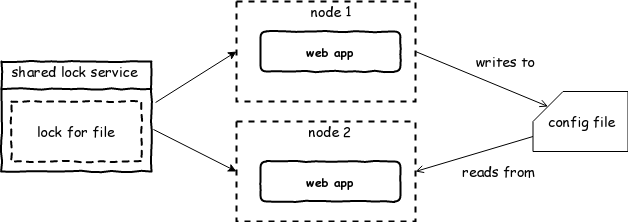
Before: media/crawler/rght-shared-locks.png, a diagram exported from draw.io (rihenperry/csuci-mscs-thesis-dist-web-crawler). Source tidied: cells renumbered, new cells last; positions are measured from the earlier drawing's top-left corner, leaving out a move shared by most shapes. Its diagram source:
```xml
<mxGraphModel>
  <root>
    <mxCell id="0" />
    <mxCell id="1" parent="0" />
    <mxCell id="2" value="web app" style="html=1;whiteSpace=wrap;comic=1;strokeWidth=2;fontFamily=Comic Sans MS;fontStyle=1;rounded=1;" parent="1" vertex="1">
      <mxGeometry x="259" y="30" width="140" height="40" as="geometry" />
    </mxCell>
    <mxCell id="3" style="rounded=0;whiteSpace=wrap;html=1;fontFamily=Comic Sans MS;fontSize=14;dashed=1;fillColor=none;strokeWidth=2;" parent="1" vertex="1">
      <mxGeometry x="235" width="179" height="100" as="geometry" />
    </mxCell>
    <mxCell id="4" style="endArrow=none;html=1;fontFamily=Comic Sans MS;fontSize=14;entryX=1;entryY=0.5;entryDx=0;entryDy=0;exitX=0;exitY=0;exitDx=15;exitDy=15;exitPerimeter=0;startArrow=open;startFill=0;" parent="1" edge="1" source="9" target="3">
      <mxGeometry relative="1" as="geometry" />
    </mxCell>
    <mxCell id="5" value="web app" style="html=1;whiteSpace=wrap;comic=1;strokeWidth=2;fontFamily=Comic Sans MS;fontStyle=1;rounded=1;" parent="1" vertex="1">
      <mxGeometry x="259" y="160" width="140" height="40" as="geometry" />
    </mxCell>
    <mxCell id="6" style="rounded=0;whiteSpace=wrap;html=1;fontFamily=Comic Sans MS;fontSize=14;dashed=1;fillColor=none;strokeWidth=2;" parent="1" vertex="1">
      <mxGeometry x="235" y="120" width="179" height="100" as="geometry" />
    </mxCell>
    <mxCell id="7" value="node 1" style="text;html=1;strokeColor=none;fillColor=none;align=center;verticalAlign=middle;whiteSpace=wrap;rounded=0;dashed=1;fontFamily=Comic Sans MS;fontSize=14;" parent="1" vertex="1">
      <mxGeometry x="305" width="50" height="20" as="geometry" />
    </mxCell>
    <mxCell id="8" value="node 2" style="text;html=1;strokeColor=none;fillColor=none;align=center;verticalAlign=middle;whiteSpace=wrap;rounded=0;dashed=1;fontFamily=Comic Sans MS;fontSize=14;" parent="1" vertex="1">
      <mxGeometry x="304" y="120" width="50" height="20" as="geometry" />
    </mxCell>
    <mxCell id="9" value="&lt;font style=&quot;font-size: 14px&quot; face=&quot;Comic Sans MS&quot;&gt;config file&lt;/font&gt;" style="shape=card;whiteSpace=wrap;html=1;" parent="1" vertex="1">
      <mxGeometry x="531.5" y="90" width="95" height="60" as="geometry" />
    </mxCell>
    <mxCell id="10" style="endArrow=open;html=1;fontFamily=Comic Sans MS;fontSize=14;entryX=1;entryY=0.5;entryDx=0;entryDy=0;exitX=0;exitY=0;exitDx=0;exitDy=45;exitPerimeter=0;endFill=0;" parent="1" edge="1" source="9" target="6">
      <mxGeometry relative="1" as="geometry" />
    </mxCell>
    <mxCell id="11" value="writes to" style="text;html=1;strokeColor=none;fillColor=none;align=center;verticalAlign=middle;whiteSpace=wrap;rounded=0;dashed=1;fontFamily=Comic Sans MS;fontSize=14;" parent="1" vertex="1">
      <mxGeometry x="469" y="50" width="70" height="20" as="geometry" />
    </mxCell>
    <mxCell id="12" value="reads from" style="text;html=1;align=left;verticalAlign=top;spacingTop=-4;fontSize=14;fontFamily=Comic Sans MS;" parent="1" vertex="1">
      <mxGeometry x="459" y="160" width="90" height="20" as="geometry" />
    </mxCell>
    <mxCell id="13" style="html=1;whiteSpace=wrap;comic=1;strokeWidth=2;fontFamily=Comic Sans MS;fontStyle=1;fontSize=14;" parent="1" vertex="1">
      <mxGeometry y="60" width="150" height="110" as="geometry" />
    </mxCell>
    <mxCell id="14" style="rounded=0;comic=1;strokeWidth=2;endArrow=none;html=1;fontFamily=Comic Sans MS;fontStyle=1;endFill=0;exitX=0;exitY=0.25;exitDx=0;exitDy=0;entryX=1;entryY=0.25;entryDx=0;entryDy=0;fontSize=14;" parent="1" edge="1" source="13" target="13">
      <mxGeometry relative="1" as="geometry" />
    </mxCell>
    <mxCell id="15" value="&lt;span style=&quot;font-weight: normal&quot;&gt;lock for file&lt;/span&gt;" style="html=1;whiteSpace=wrap;comic=1;strokeWidth=2;fontFamily=Comic Sans MS;fontStyle=1;dashed=1;fontSize=14;" parent="1" vertex="1">
      <mxGeometry x="10" y="100" width="130" height="60" as="geometry" />
    </mxCell>
    <mxCell id="16" value="shared lock service" style="text;html=1;strokeColor=none;fillColor=none;align=center;verticalAlign=middle;whiteSpace=wrap;rounded=0;fontSize=14;fontFamily=Comic Sans MS;" parent="1" vertex="1">
      <mxGeometry y="60" width="145" height="20" as="geometry" />
    </mxCell>
    <mxCell id="17" style="endArrow=classic;html=1;fontFamily=Comic Sans MS;fontSize=14;entryX=0;entryY=0.5;entryDx=0;entryDy=0;exitX=1.027;exitY=0.373;exitDx=0;exitDy=0;exitPerimeter=0;" parent="1" edge="1" source="13" target="3">
      <mxGeometry relative="1" as="geometry" />
    </mxCell>
    <mxCell id="18" style="endArrow=classic;html=1;fontFamily=Comic Sans MS;fontSize=14;entryX=0;entryY=0.5;entryDx=0;entryDy=0;exitX=1.013;exitY=0.618;exitDx=0;exitDy=0;exitPerimeter=0;" parent="1" edge="1" source="13" target="6">
      <mxGeometry relative="1" as="geometry" />
    </mxCell>
  </root>
</mxGraphModel>
```
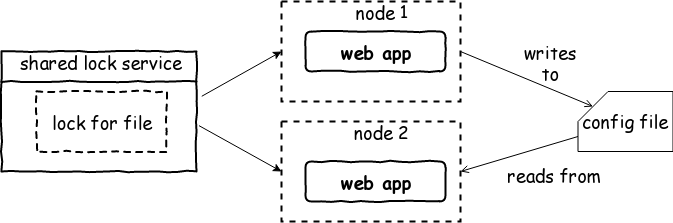
The same diagram one commit later.

Diff of the diagram source:
```diff
@@ -2,55 +2,55 @@
   <root>
     <mxCell id="0" />
     <mxCell id="1" parent="0" />
-    <mxCell id="2" value="web app" style="html=1;whiteSpace=wrap;comic=1;strokeWidth=2;fontFamily=Comic Sans MS;fontStyle=1;rounded=1;" parent="1" vertex="1">
+    <mxCell id="2" value="web app" style="html=1;whiteSpace=wrap;comic=1;strokeWidth=2;fontFamily=Comic Sans MS;fontStyle=1;rounded=1;fontSize=18;" parent="1" vertex="1">
       <mxGeometry x="259" y="30" width="140" height="40" as="geometry" />
     </mxCell>
-    <mxCell id="3" style="rounded=0;whiteSpace=wrap;html=1;fontFamily=Comic Sans MS;fontSize=14;dashed=1;fillColor=none;strokeWidth=2;" parent="1" vertex="1">
+    <mxCell id="3" style="rounded=0;whiteSpace=wrap;html=1;fontFamily=Comic Sans MS;fontSize=18;dashed=1;fillColor=none;strokeWidth=2;" parent="1" vertex="1">
       <mxGeometry x="235" width="179" height="100" as="geometry" />
     </mxCell>
-    <mxCell id="4" style="endArrow=none;html=1;fontFamily=Comic Sans MS;fontSize=14;entryX=1;entryY=0.5;entryDx=0;entryDy=0;exitX=0;exitY=0;exitDx=15;exitDy=15;exitPerimeter=0;startArrow=open;startFill=0;" parent="1" edge="1" source="9" target="3">
+    <mxCell id="4" style="endArrow=none;html=1;fontFamily=Comic Sans MS;fontSize=18;entryX=1;entryY=0.5;entryDx=0;entryDy=0;exitX=0;exitY=0;exitDx=15;exitDy=15;exitPerimeter=0;startArrow=open;startFill=0;" parent="1" edge="1" source="9" target="3">
       <mxGeometry relative="1" as="geometry" />
     </mxCell>
-    <mxCell id="5" value="web app" style="html=1;whiteSpace=wrap;comic=1;strokeWidth=2;fontFamily=Comic Sans MS;fontStyle=1;rounded=1;" parent="1" vertex="1">
+    <mxCell id="5" value="web app" style="html=1;whiteSpace=wrap;comic=1;strokeWidth=2;fontFamily=Comic Sans MS;fontStyle=1;rounded=1;fontSize=18;" parent="1" vertex="1">
       <mxGeometry x="259" y="160" width="140" height="40" as="geometry" />
     </mxCell>
-    <mxCell id="6" style="rounded=0;whiteSpace=wrap;html=1;fontFamily=Comic Sans MS;fontSize=14;dashed=1;fillColor=none;strokeWidth=2;" parent="1" vertex="1">
+    <mxCell id="6" style="rounded=0;whiteSpace=wrap;html=1;fontFamily=Comic Sans MS;fontSize=18;dashed=1;fillColor=none;strokeWidth=2;" parent="1" vertex="1">
       <mxGeometry x="235" y="120" width="179" height="100" as="geometry" />
     </mxCell>
-    <mxCell id="7" value="node 1" style="text;html=1;strokeColor=none;fillColor=none;align=center;verticalAlign=middle;whiteSpace=wrap;rounded=0;dashed=1;fontFamily=Comic Sans MS;fontSize=14;" parent="1" vertex="1">
-      <mxGeometry x="305" width="50" height="20" as="geometry" />
+    <mxCell id="7" value="node 1" style="text;html=1;strokeColor=none;fillColor=none;align=center;verticalAlign=middle;whiteSpace=wrap;rounded=0;dashed=1;fontFamily=Comic Sans MS;fontSize=18;" parent="1" vertex="1">
+      <mxGeometry x="305" width="60" height="20" as="geometry" />
     </mxCell>
-    <mxCell id="8" value="node 2" style="text;html=1;strokeColor=none;fillColor=none;align=center;verticalAlign=middle;whiteSpace=wrap;rounded=0;dashed=1;fontFamily=Comic Sans MS;fontSize=14;" parent="1" vertex="1">
-      <mxGeometry x="304" y="120" width="50" height="20" as="geometry" />
+    <mxCell id="8" value="node 2" style="text;html=1;strokeColor=none;fillColor=none;align=center;verticalAlign=middle;whiteSpace=wrap;rounded=0;dashed=1;fontFamily=Comic Sans MS;fontSize=18;" parent="1" vertex="1">
+      <mxGeometry x="304" y="120" width="61" height="20" as="geometry" />
     </mxCell>
-    <mxCell id="9" value="&lt;font style=&quot;font-size: 14px&quot; face=&quot;Comic Sans MS&quot;&gt;config file&lt;/font&gt;" style="shape=card;whiteSpace=wrap;html=1;" parent="1" vertex="1">
+    <mxCell id="9" value="&lt;font style=&quot;font-size: 18px;&quot; face=&quot;Comic Sans MS&quot;&gt;config file&lt;/font&gt;" style="shape=card;whiteSpace=wrap;html=1;fontSize=18;" parent="1" vertex="1">
       <mxGeometry x="531.5" y="90" width="95" height="60" as="geometry" />
     </mxCell>
-    <mxCell id="10" style="endArrow=open;html=1;fontFamily=Comic Sans MS;fontSize=14;entryX=1;entryY=0.5;entryDx=0;entryDy=0;exitX=0;exitY=0;exitDx=0;exitDy=45;exitPerimeter=0;endFill=0;" parent="1" edge="1" source="9" target="6">
+    <mxCell id="10" style="endArrow=open;html=1;fontFamily=Comic Sans MS;fontSize=18;entryX=1;entryY=0.5;entryDx=0;entryDy=0;exitX=0;exitY=0;exitDx=0;exitDy=45;exitPerimeter=0;endFill=0;" parent="1" edge="1" source="9" target="6">
       <mxGeometry relative="1" as="geometry" />
     </mxCell>
-    <mxCell id="11" value="writes to" style="text;html=1;strokeColor=none;fillColor=none;align=center;verticalAlign=middle;whiteSpace=wrap;rounded=0;dashed=1;fontFamily=Comic Sans MS;fontSize=14;" parent="1" vertex="1">
+    <mxCell id="11" value="writes to" style="text;html=1;strokeColor=none;fillColor=none;align=center;verticalAlign=middle;whiteSpace=wrap;rounded=0;dashed=1;fontFamily=Comic Sans MS;fontSize=18;" parent="1" vertex="1">
       <mxGeometry x="469" y="50" width="70" height="20" as="geometry" />
     </mxCell>
-    <mxCell id="12" value="reads from" style="text;html=1;align=left;verticalAlign=top;spacingTop=-4;fontSize=14;fontFamily=Comic Sans MS;" parent="1" vertex="1">
+    <mxCell id="12" value="reads from" style="text;html=1;align=left;verticalAlign=top;spacingTop=-4;fontSize=18;fontFamily=Comic Sans MS;" parent="1" vertex="1">
       <mxGeometry x="459" y="160" width="90" height="20" as="geometry" />
     </mxCell>
-    <mxCell id="13" style="html=1;whiteSpace=wrap;comic=1;strokeWidth=2;fontFamily=Comic Sans MS;fontStyle=1;fontSize=14;" parent="1" vertex="1">
-      <mxGeometry y="60" width="150" height="110" as="geometry" />
+    <mxCell id="13" style="html=1;whiteSpace=wrap;comic=1;strokeWidth=2;fontFamily=Comic Sans MS;fontStyle=1;fontSize=18;" parent="1" vertex="1">
+      <mxGeometry x="-45" y="50" width="195" height="120" as="geometry" />
     </mxCell>
-    <mxCell id="14" style="rounded=0;comic=1;strokeWidth=2;endArrow=none;html=1;fontFamily=Comic Sans MS;fontStyle=1;endFill=0;exitX=0;exitY=0.25;exitDx=0;exitDy=0;entryX=1;entryY=0.25;entryDx=0;entryDy=0;fontSize=14;" parent="1" edge="1" source="13" target="13">
+    <mxCell id="14" style="rounded=0;comic=1;strokeWidth=2;endArrow=none;html=1;fontFamily=Comic Sans MS;fontStyle=1;endFill=0;exitX=0;exitY=0.25;exitDx=0;exitDy=0;entryX=1;entryY=0.25;entryDx=0;entryDy=0;fontSize=18;" parent="1" edge="1" source="13" target="13">
       <mxGeometry relative="1" as="geometry" />
     </mxCell>
-    <mxCell id="15" value="&lt;span style=&quot;font-weight: normal&quot;&gt;lock for file&lt;/span&gt;" style="html=1;whiteSpace=wrap;comic=1;strokeWidth=2;fontFamily=Comic Sans MS;fontStyle=1;dashed=1;fontSize=14;" parent="1" vertex="1">
-      <mxGeometry x="10" y="100" width="130" height="60" as="geometry" />
+    <mxCell id="15" value="&lt;span style=&quot;font-weight: normal; font-size: 18px;&quot;&gt;lock for file&lt;/span&gt;" style="html=1;whiteSpace=wrap;comic=1;strokeWidth=2;fontFamily=Comic Sans MS;fontStyle=1;dashed=1;fontSize=18;" parent="1" vertex="1">
+      <mxGeometry x="-10" y="90" width="130" height="60" as="geometry" />
     </mxCell>
-    <mxCell id="16" value="shared lock service" style="text;html=1;strokeColor=none;fillColor=none;align=center;verticalAlign=middle;whiteSpace=wrap;rounded=0;fontSize=14;fontFamily=Comic Sans MS;" parent="1" vertex="1">
-      <mxGeometry y="60" width="145" height="20" as="geometry" />
+    <mxCell id="16" value="shared lock service" style="text;html=1;strokeColor=none;fillColor=none;align=center;verticalAlign=middle;whiteSpace=wrap;rounded=0;fontSize=18;fontFamily=Comic Sans MS;" parent="1" vertex="1">
+      <mxGeometry x="-30" y="50" width="170" height="20" as="geometry" />
     </mxCell>
-    <mxCell id="17" style="endArrow=classic;html=1;fontFamily=Comic Sans MS;fontSize=14;entryX=0;entryY=0.5;entryDx=0;entryDy=0;exitX=1.027;exitY=0.373;exitDx=0;exitDy=0;exitPerimeter=0;" parent="1" edge="1" source="13" target="3">
+    <mxCell id="17" style="endArrow=classic;html=1;fontFamily=Comic Sans MS;fontSize=18;entryX=0;entryY=0.5;entryDx=0;entryDy=0;exitX=1.027;exitY=0.373;exitDx=0;exitDy=0;exitPerimeter=0;" parent="1" edge="1" source="13" target="3">
       <mxGeometry relative="1" as="geometry" />
     </mxCell>
-    <mxCell id="18" style="endArrow=classic;html=1;fontFamily=Comic Sans MS;fontSize=14;entryX=0;entryY=0.5;entryDx=0;entryDy=0;exitX=1.013;exitY=0.618;exitDx=0;exitDy=0;exitPerimeter=0;" parent="1" edge="1" source="13" target="6">
+    <mxCell id="18" style="endArrow=classic;html=1;fontFamily=Comic Sans MS;fontSize=18;entryX=0;entryY=0.5;entryDx=0;entryDy=0;exitX=1.013;exitY=0.618;exitDx=0;exitDy=0;exitPerimeter=0;" parent="1" edge="1" source="13" target="6">
       <mxGeometry relative="1" as="geometry" />
     </mxCell>
   </root>
```
